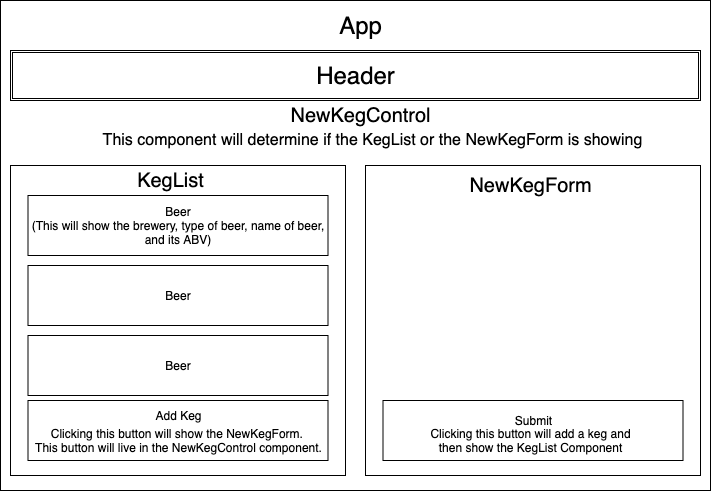
The draw.io diagram taphouse_diagram.png in alexskreen/Tap-Room, before a commit. Source tidied: cells renumbered, new cells last; positions are measured from the earlier drawing's top-left corner, leaving out a move shared by most shapes.
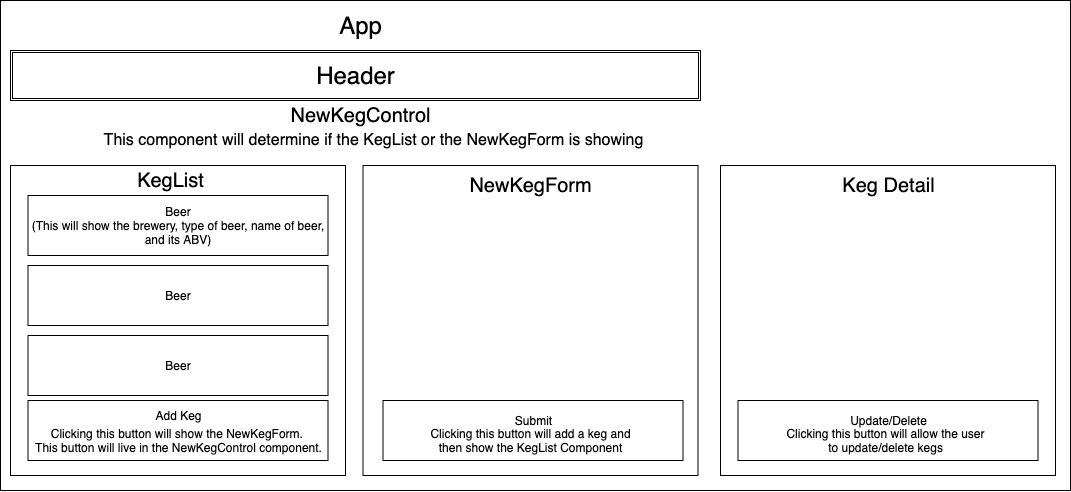
Above is the later version.

The edit, as a diff of the source:
```diff
@@ -3,10 +3,10 @@
     <mxCell id="0" />
     <mxCell id="1" parent="0" />
     <mxCell id="2" style="rounded=0;whiteSpace=wrap;html=1;fontSize=20;" parent="1" vertex="1">
-      <mxGeometry width="710" height="490" as="geometry" />
+      <mxGeometry width="1070" height="490" as="geometry" />
     </mxCell>
     <mxCell id="3" value="&lt;font style=&quot;font-size: 19px&quot;&gt;&lt;br&gt;&lt;/font&gt;" style="rounded=0;whiteSpace=wrap;html=1;" parent="1" vertex="1">
-      <mxGeometry x="365" y="165" width="335" height="310" as="geometry" />
+      <mxGeometry x="362.5" y="165" width="335" height="310" as="geometry" />
     </mxCell>
     <mxCell id="4" style="rounded=0;whiteSpace=wrap;html=1;" parent="1" vertex="1">
       <mxGeometry x="10" y="165" width="335" height="310" as="geometry" />
@@ -62,5 +62,20 @@
     <mxCell id="21" value="Clicking this button will add a keg and&lt;br&gt;then show the KegList Component" style="text;html=1;align=center;verticalAlign=middle;fontSize=12;" parent="1" vertex="1">
       <mxGeometry x="420" y="425" width="220" height="30" as="geometry" />
     </mxCell>
+    <mxCell id="22" value="&lt;font style=&quot;font-size: 19px&quot;&gt;&lt;br&gt;&lt;/font&gt;" style="rounded=0;whiteSpace=wrap;html=1;" parent="1" vertex="1">
+      <mxGeometry x="720" y="165" width="335" height="310" as="geometry" />
+    </mxCell>
+    <mxCell id="23" value="Keg Detail" style="text;html=1;align=center;verticalAlign=middle;fontSize=20;" parent="1" vertex="1">
+      <mxGeometry x="832.5" y="170" width="110" height="30" as="geometry" />
+    </mxCell>
+    <mxCell id="24" style="rounded=0;whiteSpace=wrap;html=1;" parent="1" vertex="1">
+      <mxGeometry x="737.5" y="400" width="300" height="60" as="geometry" />
+    </mxCell>
+    <mxCell id="25" value="Update/Delete" style="text;html=1;align=center;verticalAlign=middle;fontSize=12;" parent="1" vertex="1">
+      <mxGeometry x="842.5" y="410" width="90" height="20" as="geometry" />
+    </mxCell>
+    <mxCell id="26" value="Clicking this button will allow the user&lt;br&gt;to update/delete kegs" style="text;html=1;align=center;verticalAlign=middle;fontSize=12;" parent="1" vertex="1">
+      <mxGeometry x="780" y="425" width="210" height="30" as="geometry" />
+    </mxCell>
   </root>
 </mxGraphModel>
```
